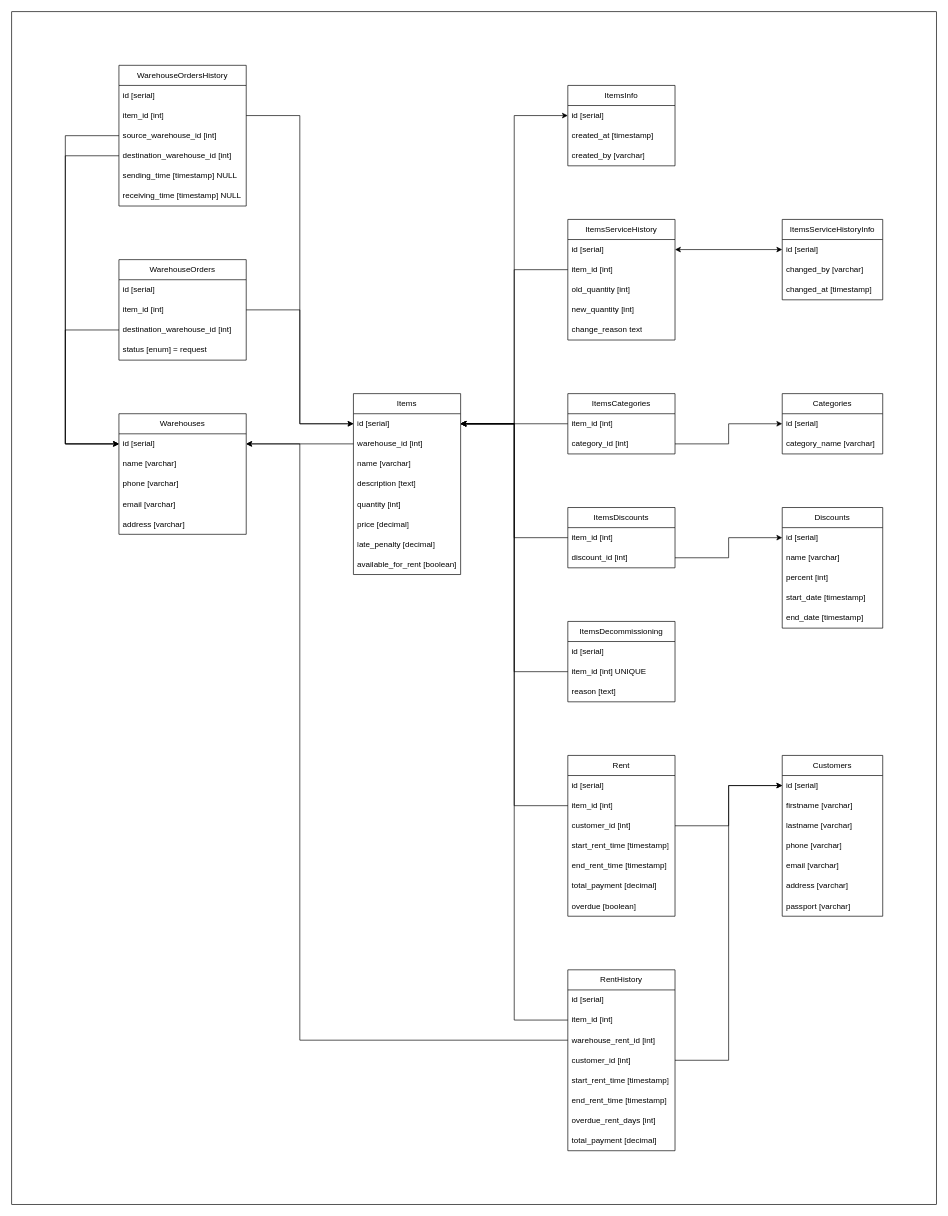
Earlier version of the draw.io diagram sql/database.drawio (Nieele/invacc_desktop). Source tidied: cells renumbered, new cells numbered last; positions are measured from the earlier drawing's top-left corner, leaving out a move shared by most shapes. Both pictures are drawn from the tidied source at 67%, with x=0, y=0 at pixel (11, 11).
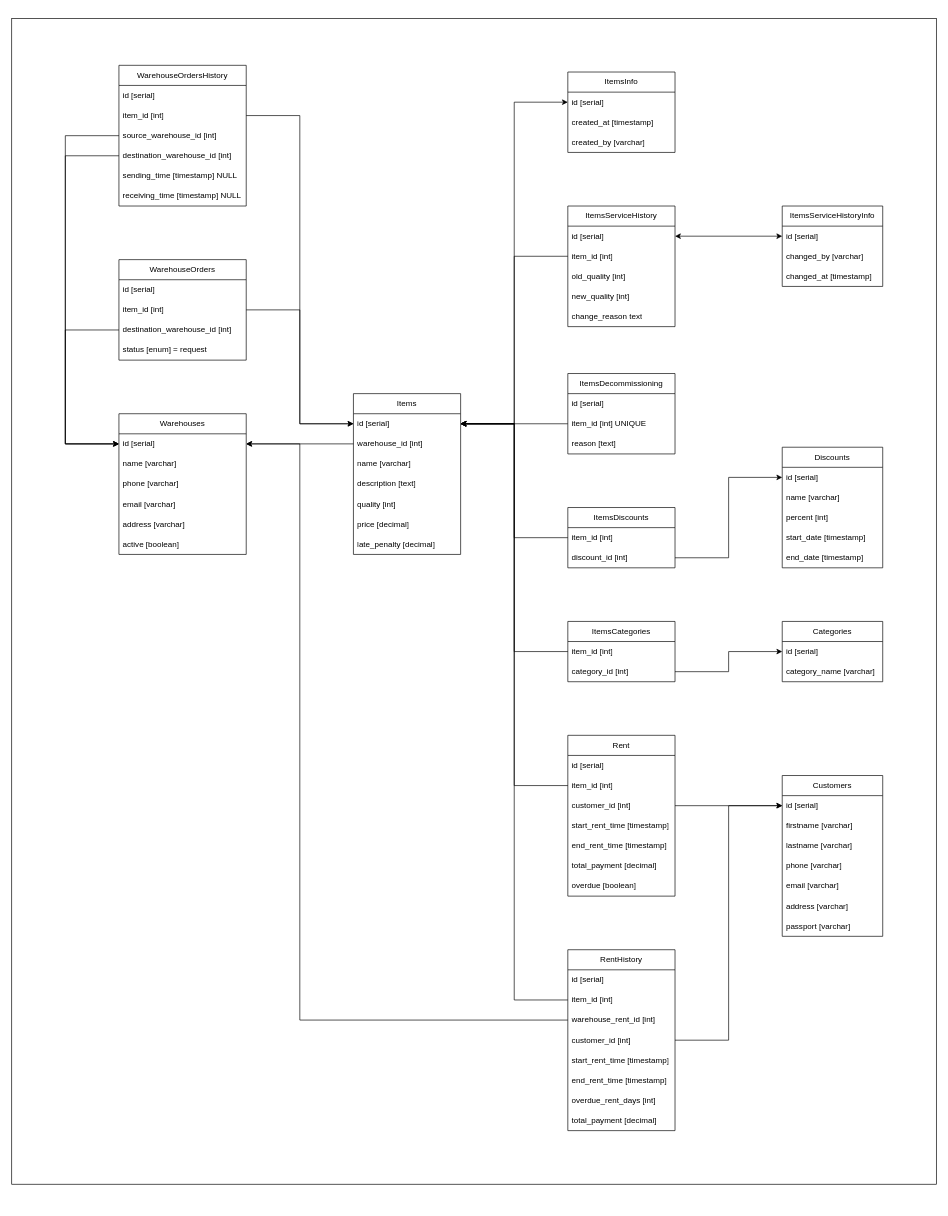
Above is the later version.

Commit message:
fix: update database scheme

The change refers to these unchanged cells:
```xml
<mxCell id="4" value="id [serial]" style="text;strokeColor=none;fillColor=none;align=left;verticalAlign=middle;spacingLeft=4;spacingRight=4;overflow=hidden;points=[[0,0.5],[1,0.5]];portConstraint=eastwest;whiteSpace=wrap;html=1;" parent="3" vertex="1">
  <mxGeometry y="30" width="190" height="30" as="geometry" />
</mxCell>
<mxCell id="10" value="id [serial]" style="text;strokeColor=none;fillColor=none;align=left;verticalAlign=middle;spacingLeft=4;spacingRight=4;overflow=hidden;points=[[0,0.5],[1,0.5]];portConstraint=eastwest;whiteSpace=wrap;html=1;" parent="9" vertex="1">
  <mxGeometry y="30" width="160" height="30" as="geometry" />
</mxCell>
<mxCell id="37" value="id [serial]" style="text;strokeColor=none;fillColor=none;align=left;verticalAlign=middle;spacingLeft=4;spacingRight=4;overflow=hidden;points=[[0,0.5],[1,0.5]];portConstraint=eastwest;whiteSpace=wrap;html=1;" parent="36" vertex="1">
  <mxGeometry y="30" width="160" height="30" as="geometry" />
</mxCell>
<mxCell id="43" value="item_id [int]" style="text;strokeColor=none;fillColor=none;align=left;verticalAlign=middle;spacingLeft=4;spacingRight=4;overflow=hidden;points=[[0,0.5],[1,0.5]];portConstraint=eastwest;whiteSpace=wrap;html=1;" parent="41" vertex="1">
  <mxGeometry y="60" width="160" height="30" as="geometry" />
</mxCell>
<mxCell id="49" value="item_id [int]" style="text;strokeColor=none;fillColor=none;align=left;verticalAlign=middle;spacingLeft=4;spacingRight=4;overflow=hidden;points=[[0,0.5],[1,0.5]];portConstraint=eastwest;whiteSpace=wrap;html=1;" parent="48" vertex="1">
  <mxGeometry y="30" width="160" height="30" as="geometry" />
</mxCell>
<mxCell id="50" value="category_id [int]" style="text;strokeColor=none;fillColor=none;align=left;verticalAlign=middle;spacingLeft=4;spacingRight=4;overflow=hidden;points=[[0,0.5],[1,0.5]];portConstraint=eastwest;whiteSpace=wrap;html=1;" parent="48" vertex="1">
  <mxGeometry y="60" width="160" height="30" as="geometry" />
</mxCell>
<mxCell id="52" value="id [serial]" style="text;strokeColor=none;fillColor=none;align=left;verticalAlign=middle;spacingLeft=4;spacingRight=4;overflow=hidden;points=[[0,0.5],[1,0.5]];portConstraint=eastwest;whiteSpace=wrap;html=1;" parent="51" vertex="1">
  <mxGeometry y="30" width="150" height="30" as="geometry" />
</mxCell>
<mxCell id="58" value="discount_id [int]" style="text;strokeColor=none;fillColor=none;align=left;verticalAlign=middle;spacingLeft=4;spacingRight=4;overflow=hidden;points=[[0,0.5],[1,0.5]];portConstraint=eastwest;whiteSpace=wrap;html=1;" parent="56" vertex="1">
  <mxGeometry y="60" width="160" height="30" as="geometry" />
</mxCell>
<mxCell id="61" value="id [serial]" style="text;strokeColor=none;fillColor=none;align=left;verticalAlign=middle;spacingLeft=4;spacingRight=4;overflow=hidden;points=[[0,0.5],[1,0.5]];portConstraint=eastwest;whiteSpace=wrap;html=1;" parent="60" vertex="1">
  <mxGeometry y="30" width="150" height="30" as="geometry" />
</mxCell>
<mxCell id="68" value="item_id [int] UNIQUE" style="text;strokeColor=none;fillColor=none;align=left;verticalAlign=middle;spacingLeft=4;spacingRight=4;overflow=hidden;points=[[0,0.5],[1,0.5]];portConstraint=eastwest;whiteSpace=wrap;html=1;" parent="66" vertex="1">
  <mxGeometry y="60" width="160" height="30" as="geometry" />
</mxCell>
<mxCell id="74" value="item_id [int]" style="text;strokeColor=none;fillColor=none;align=left;verticalAlign=middle;spacingLeft=4;spacingRight=4;overflow=hidden;points=[[0,0.5],[1,0.5]];portConstraint=eastwest;whiteSpace=wrap;html=1;" parent="72" vertex="1">
  <mxGeometry y="60" width="160" height="30" as="geometry" />
</mxCell>
<mxCell id="75" value="customer_id [int]" style="text;strokeColor=none;fillColor=none;align=left;verticalAlign=middle;spacingLeft=4;spacingRight=4;overflow=hidden;points=[[0,0.5],[1,0.5]];portConstraint=eastwest;whiteSpace=wrap;html=1;" parent="72" vertex="1">
  <mxGeometry y="90" width="160" height="30" as="geometry" />
</mxCell>
<mxCell id="82" value="id [serial]" style="text;strokeColor=none;fillColor=none;align=left;verticalAlign=middle;spacingLeft=4;spacingRight=4;overflow=hidden;points=[[0,0.5],[1,0.5]];portConstraint=eastwest;whiteSpace=wrap;html=1;" parent="81" vertex="1">
  <mxGeometry y="30" width="150" height="30" as="geometry" />
</mxCell>
<mxCell id="92" value="item_id [int]" style="text;strokeColor=none;fillColor=none;align=left;verticalAlign=middle;spacingLeft=4;spacingRight=4;overflow=hidden;points=[[0,0.5],[1,0.5]];portConstraint=eastwest;whiteSpace=wrap;html=1;" parent="90" vertex="1">
  <mxGeometry y="60" width="160" height="30" as="geometry" />
</mxCell>
<mxCell id="93" value="warehouse_rent_id [int]" style="text;strokeColor=none;fillColor=none;align=left;verticalAlign=middle;spacingLeft=4;spacingRight=4;overflow=hidden;points=[[0,0.5],[1,0.5]];portConstraint=eastwest;whiteSpace=wrap;html=1;" parent="90" vertex="1">
  <mxGeometry y="90" width="160" height="30" as="geometry" />
</mxCell>
<mxCell id="94" value="customer_id [int]" style="text;strokeColor=none;fillColor=none;align=left;verticalAlign=middle;spacingLeft=4;spacingRight=4;overflow=hidden;points=[[0,0.5],[1,0.5]];portConstraint=eastwest;whiteSpace=wrap;html=1;" parent="90" vertex="1">
  <mxGeometry y="120" width="160" height="30" as="geometry" />
</mxCell>
```

Change to the diagram source:
```diff
@@
     <mxCell id="2" style="rounded=0;whiteSpace=wrap;html=1;fillColor=default;" parent="1" vertex="1">
-      <mxGeometry width="1380" height="1780" as="geometry" />
+      <mxGeometry y="10" width="1380" height="1740" as="geometry" />
     </mxCell>
     <mxCell id="3" value="Warehouses" style="swimlane;fontStyle=0;horizontal=1;startSize=30;whiteSpace=wrap;html=1;" parent="1" vertex="1">
-      <mxGeometry x="160" y="600" width="190" height="180" as="geometry" />
+      <mxGeometry x="160" y="600" width="190" height="210" as="geometry" />
     </mxCell>
@@
+    <mxCell id="107" value="active [boolean]" style="text;strokeColor=none;fillColor=none;align=left;verticalAlign=middle;spacingLeft=4;spacingRight=4;overflow=hidden;whiteSpace=wrap;html=1;" parent="3" vertex="1">
+      <mxGeometry y="180" width="190" height="30" as="geometry" />
+    </mxCell>
     <mxCell id="9" value="Items" style="swimlane;fontStyle=0;horizontal=1;startSize=30;whiteSpace=wrap;html=1;" parent="1" vertex="1">
-      <mxGeometry x="510" y="570" width="160" height="270" as="geometry" />
+      <mxGeometry x="510" y="570" width="160" height="240" as="geometry" />
     </mxCell>
@@
-    <mxCell id="14" value="quantity [int]" style="text;strokeColor=none;fillColor=none;align=left;verticalAlign=middle;spacingLeft=4;spacingRight=4;overflow=hidden;whiteSpace=wrap;html=1;" parent="9" vertex="1">
+    <mxCell id="14" value="quality [int]" style="text;strokeColor=none;fillColor=none;align=left;verticalAlign=middle;spacingLeft=4;spacingRight=4;overflow=hidden;whiteSpace=wrap;html=1;" parent="9" vertex="1">
       <mxGeometry y="150" width="160" height="30" as="geometry" />
     </mxCell>
@@
-    <mxCell id="17" value="available_for_rent [boolean]" style="text;strokeColor=none;fillColor=none;align=left;verticalAlign=middle;spacingLeft=4;spacingRight=4;overflow=hidden;whiteSpace=wrap;html=1;" parent="9" vertex="1">
-      <mxGeometry y="240" width="160" height="30" as="geometry" />
-    </mxCell>
@@
     <mxCell id="36" value="ItemsInfo" style="swimlane;fontStyle=0;horizontal=1;startSize=30;whiteSpace=wrap;html=1;" parent="1" vertex="1">
-      <mxGeometry x="830" y="110" width="160" height="120" as="geometry" />
+      <mxGeometry x="830" y="90" width="160" height="120" as="geometry" />
     </mxCell>
@@
     <mxCell id="40" style="endArrow=classic;startArrow=classic;html=1;rounded=0;exitX=1;exitY=0.5;exitDx=0;exitDy=0;entryX=0;entryY=0.5;entryDx=0;entryDy=0;" parent="1" edge="1" source="10" target="37">
       <mxGeometry relative="1" as="geometry">
         <Array as="points">
           <mxPoint x="750" y="615" />
-          <mxPoint x="750" y="155" />
+          <mxPoint x="750" y="135" />
         </Array>
       </mxGeometry>
     </mxCell>
     <mxCell id="41" value="ItemsServiceHistory" style="swimlane;fontStyle=0;horizontal=1;startSize=30;whiteSpace=wrap;html=1;" parent="1" vertex="1">
-      <mxGeometry x="830" y="310" width="160" height="180" as="geometry" />
+      <mxGeometry x="830" y="290" width="160" height="180" as="geometry" />
     </mxCell>
@@
-    <mxCell id="44" value="old_quantity [int]" style="text;strokeColor=none;fillColor=none;align=left;verticalAlign=middle;spacingLeft=4;spacingRight=4;overflow=hidden;whiteSpace=wrap;html=1;" parent="41" vertex="1">
+    <mxCell id="44" value="old_quality [int]" style="text;strokeColor=none;fillColor=none;align=left;verticalAlign=middle;spacingLeft=4;spacingRight=4;overflow=hidden;whiteSpace=wrap;html=1;" parent="41" vertex="1">
       <mxGeometry y="90" width="160" height="30" as="geometry" />
     </mxCell>
-    <mxCell id="45" value="new&lt;span style=&quot;background-color: initial;&quot;&gt;_quantity [int]&lt;/span&gt;" style="text;strokeColor=none;fillColor=none;align=left;verticalAlign=middle;spacingLeft=4;spacingRight=4;overflow=hidden;whiteSpace=wrap;html=1;" parent="41" vertex="1">
+    <mxCell id="45" value="new&lt;span style=&quot;background-color: initial;&quot;&gt;_quality [int]&lt;/span&gt;" style="text;strokeColor=none;fillColor=none;align=left;verticalAlign=middle;spacingLeft=4;spacingRight=4;overflow=hidden;whiteSpace=wrap;html=1;" parent="41" vertex="1">
       <mxGeometry y="120" width="160" height="30" as="geometry" />
     </mxCell>
@@
     <mxCell id="47" style="endArrow=classic;html=1;rounded=0;exitX=0;exitY=0.5;exitDx=0;exitDy=0;entryX=1;entryY=0.5;entryDx=0;entryDy=0;" parent="1" edge="1" source="43" target="10">
       <mxGeometry relative="1" as="geometry">
         <Array as="points">
-          <mxPoint x="750" y="385" />
+          <mxPoint x="750" y="365" />
           <mxPoint x="750" y="615" />
         </Array>
       </mxGeometry>
     </mxCell>
     <mxCell id="48" value="ItemsCategories" style="swimlane;fontStyle=0;horizontal=1;startSize=30;whiteSpace=wrap;html=1;" parent="1" vertex="1">
-      <mxGeometry x="830" y="570" width="160" height="90" as="geometry" />
+      <mxGeometry x="830" y="910" width="160" height="90" as="geometry" />
     </mxCell>
@@
     <mxCell id="51" value="Categories" style="swimlane;fontStyle=0;horizontal=1;startSize=30;whiteSpace=wrap;html=1;" parent="1" vertex="1">
-      <mxGeometry x="1150" y="570" width="150" height="90" as="geometry" />
+      <mxGeometry x="1150" y="910" width="150" height="90" as="geometry" />
     </mxCell>
@@
-    <mxCell id="54" style="endArrow=classic;html=1;rounded=0;entryX=1;entryY=0.5;entryDx=0;entryDy=0;exitX=0;exitY=0.5;exitDx=0;exitDy=0;" parent="1" edge="1" source="49" target="10">
-      <mxGeometry relative="1" as="geometry" />
-    </mxCell>
     <mxCell id="55" style="endArrow=classic;html=1;rounded=0;entryX=0;entryY=0.5;entryDx=0;entryDy=0;exitX=1;exitY=0.5;exitDx=0;exitDy=0;" parent="1" edge="1" source="50" target="52">
       <mxGeometry relative="1" as="geometry">
         <Array as="points">
-          <mxPoint x="1070" y="645" />
-          <mxPoint x="1070" y="615" />
+          <mxPoint x="1070" y="985" />
+          <mxPoint x="1070" y="955" />
         </Array>
       </mxGeometry>
     </mxCell>
@@
     <mxCell id="60" value="Discounts" style="swimlane;fontStyle=0;horizontal=1;startSize=30;whiteSpace=wrap;html=1;" parent="1" vertex="1">
-      <mxGeometry x="1150" y="740" width="150" height="180" as="geometry" />
+      <mxGeometry x="1150" y="650" width="150" height="180" as="geometry" />
     </mxCell>
@@
     <mxCell id="66" value="&lt;span style=&quot;white-space-collapse: preserve;&quot; class=&quot;EzKURWReUAB5oZgtQNkl&quot;&gt;ItemsDecommissioning&lt;/span&gt;" style="swimlane;fontStyle=0;horizontal=1;startSize=30;whiteSpace=wrap;html=1;" parent="1" vertex="1">
-      <mxGeometry x="830" y="910" width="160" height="120" as="geometry" />
+      <mxGeometry x="830" y="540" width="160" height="120" as="geometry" />
     </mxCell>
@@
     <mxCell id="70" style="endArrow=classic;html=1;rounded=0;exitX=1;exitY=0.5;exitDx=0;exitDy=0;entryX=0;entryY=0.5;entryDx=0;entryDy=0;" parent="1" edge="1" source="58" target="61">
       <mxGeometry relative="1" as="geometry">
         <Array as="points">
           <mxPoint x="1070" y="815" />
-          <mxPoint x="1070" y="785" />
+          <mxPoint x="1070" y="695" />
         </Array>
       </mxGeometry>
     </mxCell>
-    <mxCell id="71" style="endArrow=classic;html=1;rounded=0;entryX=1;entryY=0.5;entryDx=0;entryDy=0;exitX=0;exitY=0.5;exitDx=0;exitDy=0;" parent="1" edge="1" source="68" target="10">
-      <mxGeometry relative="1" as="geometry">
-        <Array as="points">
-          <mxPoint x="750" y="985" />
-          <mxPoint x="750" y="615" />
-        </Array>
-      </mxGeometry>
-    </mxCell>
     <mxCell id="72" value="Rent" style="swimlane;fontStyle=0;horizontal=1;startSize=30;whiteSpace=wrap;html=1;" parent="1" vertex="1">
-      <mxGeometry x="830" y="1110" width="160" height="240" as="geometry" />
+      <mxGeometry x="830" y="1080" width="160" height="240" as="geometry" />
     </mxCell>
@@
     <mxCell id="80" style="endArrow=classic;html=1;rounded=0;entryX=1;entryY=0.5;entryDx=0;entryDy=0;exitX=0;exitY=0.5;exitDx=0;exitDy=0;" parent="1" edge="1" source="74" target="10">
       <mxGeometry relative="1" as="geometry">
         <Array as="points">
-          <mxPoint x="750" y="1185" />
+          <mxPoint x="750" y="1155" />
           <mxPoint x="750" y="615" />
         </Array>
       </mxGeometry>
     </mxCell>
     <mxCell id="81" value="Customers" style="swimlane;fontStyle=0;horizontal=1;startSize=30;whiteSpace=wrap;html=1;" parent="1" vertex="1">
-      <mxGeometry x="1150" y="1110" width="150" height="240" as="geometry" />
+      <mxGeometry x="1150" y="1140" width="150" height="240" as="geometry" />
     </mxCell>
@@
     <mxCell id="89" style="endArrow=classic;html=1;rounded=0;exitX=1;exitY=0.5;exitDx=0;exitDy=0;entryX=0;entryY=0.5;entryDx=0;entryDy=0;" parent="1" edge="1" source="75" target="82">
       <mxGeometry relative="1" as="geometry">
         <Array as="points">
-          <mxPoint x="1070" y="1215" />
-          <mxPoint x="1070" y="1155" />
+          <mxPoint x="1070" y="1185" />
         </Array>
       </mxGeometry>
     </mxCell>
     <mxCell id="90" value="Rent&lt;span style=&quot;background-color: initial;&quot;&gt;History&lt;/span&gt;" style="swimlane;fontStyle=0;horizontal=1;startSize=30;whiteSpace=wrap;html=1;" parent="1" vertex="1">
-      <mxGeometry x="830" y="1430" width="160" height="270" as="geometry" />
+      <mxGeometry x="830" y="1400" width="160" height="270" as="geometry" />
     </mxCell>
@@
     <mxCell id="99" style="endArrow=classic;html=1;rounded=0;entryX=0;entryY=0.5;entryDx=0;entryDy=0;exitX=1;exitY=0.5;exitDx=0;exitDy=0;" parent="1" edge="1" source="94" target="82">
       <mxGeometry relative="1" as="geometry">
         <Array as="points">
-          <mxPoint x="1070" y="1565" />
-          <mxPoint x="1070" y="1155" />
+          <mxPoint x="1070" y="1535" />
+          <mxPoint x="1070" y="1185" />
         </Array>
       </mxGeometry>
     </mxCell>
     <mxCell id="100" style="endArrow=classic;html=1;rounded=0;exitX=0;exitY=0.5;exitDx=0;exitDy=0;entryX=1;entryY=0.5;entryDx=0;entryDy=0;" parent="1" edge="1" source="92" target="10">
       <mxGeometry relative="1" as="geometry">
         <Array as="points">
-          <mxPoint x="750" y="1505" />
+          <mxPoint x="750" y="1475" />
           <mxPoint x="750" y="615" />
         </Array>
       </mxGeometry>
     </mxCell>
     <mxCell id="101" value="ItemsServiceHistoryInfo" style="swimlane;fontStyle=0;horizontal=1;startSize=30;whiteSpace=wrap;html=1;" parent="1" vertex="1">
-      <mxGeometry x="1150" y="310" width="150" height="120" as="geometry" />
+      <mxGeometry x="1150" y="290" width="150" height="120" as="geometry" />
     </mxCell>
@@
     <mxCell id="106" style="endArrow=classic;html=1;rounded=0;exitX=0;exitY=0.5;exitDx=0;exitDy=0;entryX=1;entryY=0.5;entryDx=0;entryDy=0;" parent="1" edge="1" source="93" target="4">
       <mxGeometry relative="1" as="geometry">
         <Array as="points">
-          <mxPoint x="430" y="1535" />
+          <mxPoint x="430" y="1505" />
           <mxPoint x="430" y="645" />
         </Array>
       </mxGeometry>
     </mxCell>
+    <mxCell id="71" style="endArrow=classic;html=1;rounded=0;entryX=1;entryY=0.5;entryDx=0;entryDy=0;exitX=0;exitY=0.5;exitDx=0;exitDy=0;" parent="1" edge="1" source="68" target="10">
+      <mxGeometry relative="1" as="geometry" />
+    </mxCell>
+    <mxCell id="54" style="endArrow=classic;html=1;rounded=0;exitX=0;exitY=0.5;exitDx=0;exitDy=0;entryX=1;entryY=0.5;entryDx=0;entryDy=0;" parent="1" edge="1" source="49" target="10">
+      <mxGeometry relative="1" as="geometry">
+        <Array as="points">
+          <mxPoint x="750" y="955" />
+          <mxPoint x="750" y="615" />
+        </Array>
+      </mxGeometry>
+    </mxCell>
```
